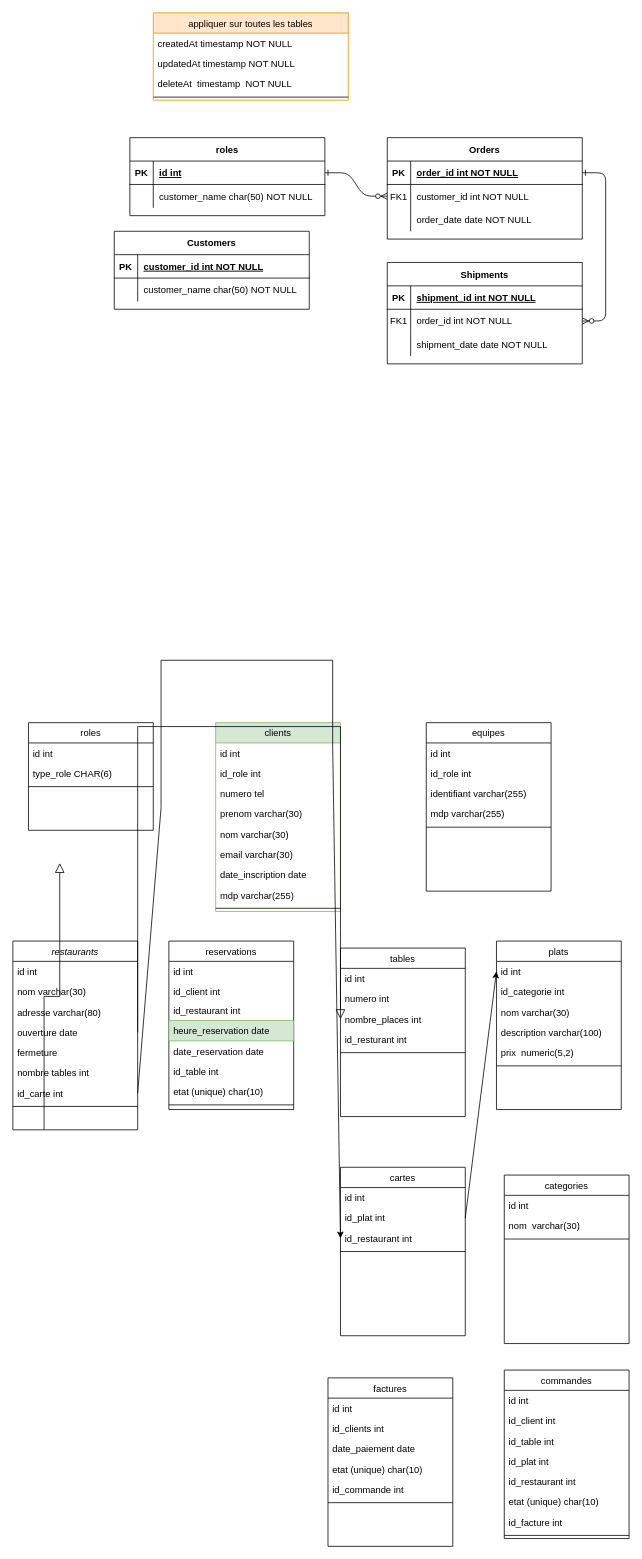
Before: TPFilRouge_Bdd.drawio in Owrow/ProjetFilRouge, a draw.io diagram. Source tidied: cells renumbered, new cells numbered last; positions are measured from the earlier drawing's top-left corner, leaving out a move shared by most shapes. Both pictures are drawn from the tidied source at 78%, with x=0, y=0 at pixel (12, 12).
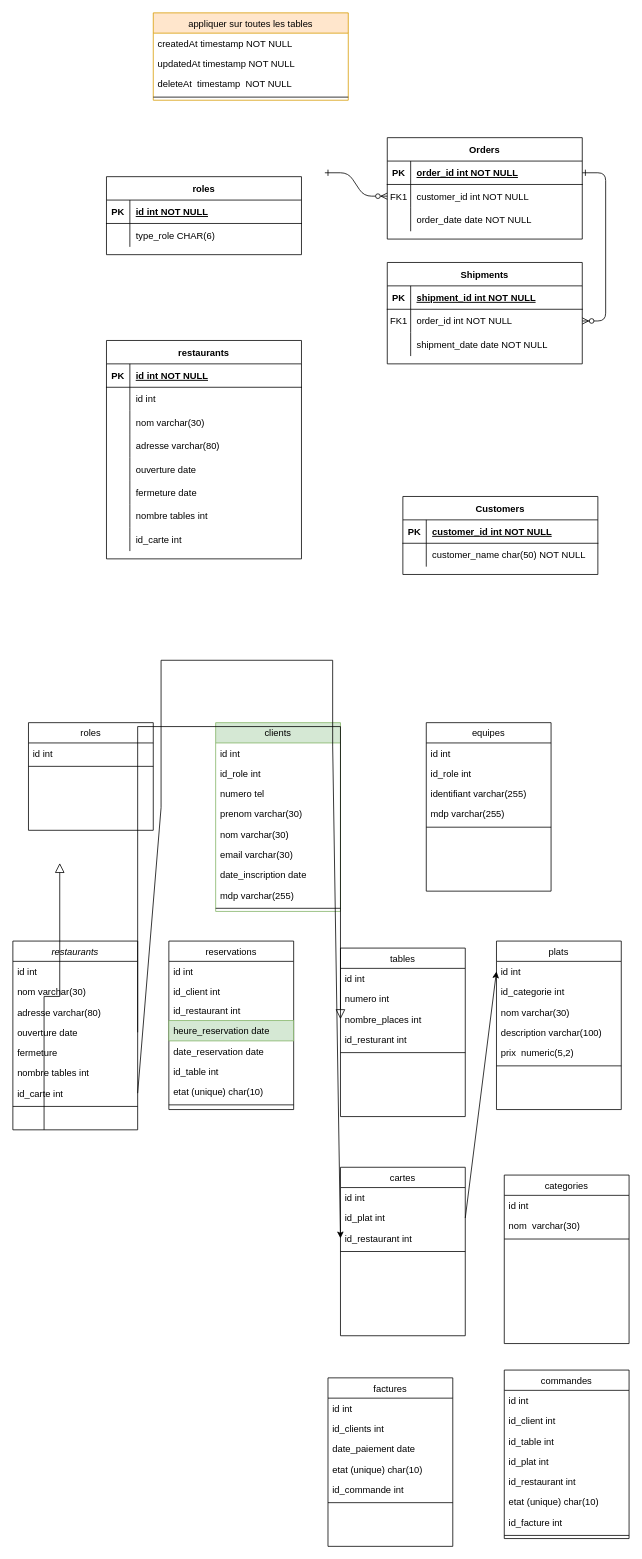
Above is the later version.

Commit message (it also covers changes not shown here):
Mettre à jour TPFilRouge_Bdd.drawio

The change refers to these unchanged cells:
```xml
<mxCell id="8" style="shape=partialRectangle;fillColor=none;points=[[0,0.5],[1,0.5]];portConstraint=eastwest;top=0;left=0;right=0;bottom=0;" parent="4" vertex="1">
  <mxGeometry y="60" width="250" height="30" as="geometry" />
</mxCell>
<mxCell id="86" value="roles" style="swimlane;fontStyle=0;align=center;verticalAlign=top;horizontal=1;startSize=26;rounded=0;shadow=0;strokeWidth=1;" parent="1" vertex="1">
  <mxGeometry x="20" y="910" width="160" height="138" as="geometry" />
</mxCell>
```

What changed in the source:
```diff
@@
-    <mxCell id="2" style="edgeStyle=entityRelationEdgeStyle;endArrow=ERzeroToMany;startArrow=ERone;endFill=1;startFill=0;" parent="1" edge="1" source="25" target="8">
-      <mxGeometry relative="1" as="geometry" />
+    <mxCell id="2" style="edgeStyle=entityRelationEdgeStyle;endArrow=ERzeroToMany;startArrow=ERone;endFill=1;startFill=0;" parent="1" edge="1" target="8">
+      <mxGeometry relative="1" as="geometry">
+        <mxPoint x="400" y="205" as="sourcePoint" />
+      </mxGeometry>
     </mxCell>
@@
-    <mxCell id="24" value="roles" style="shape=table;startSize=30;childLayout=tableLayout;rowLines=0;fontStyle=1;align=center;" parent="1" vertex="1">
-      <mxGeometry x="150" y="160" width="250" height="100" as="geometry" />
-    </mxCell>
-    <mxCell id="25" style="shape=partialRectangle;fillColor=none;points=[[0,0.5],[1,0.5]];portConstraint=eastwest;top=0;left=0;right=0;bottom=1;" parent="24" vertex="1">
-      <mxGeometry y="30" width="250" height="30" as="geometry" />
-    </mxCell>
-    <mxCell id="26" value="PK" style="shape=partialRectangle;overflow=hidden;fillColor=none;top=0;left=0;bottom=0;right=0;fontStyle=1;" parent="25" vertex="1">
-      <mxGeometry width="30" height="30" as="geometry" />
-    </mxCell>
-    <mxCell id="27" value="id int" style="shape=partialRectangle;overflow=hidden;fillColor=none;top=0;left=0;bottom=0;right=0;align=left;spacingLeft=6;fontStyle=5;" parent="25" vertex="1">
-      <mxGeometry x="30" width="220" height="30" as="geometry" />
-    </mxCell>
-    <mxCell id="28" style="shape=partialRectangle;fillColor=none;top=0;left=0;right=0;bottom=0;" parent="24" vertex="1">
-      <mxGeometry y="60" width="250" height="30" as="geometry" />
-    </mxCell>
-    <mxCell id="29" style="shape=partialRectangle;overflow=hidden;fillColor=none;top=0;left=0;bottom=0;right=0;" parent="28" vertex="1">
-      <mxGeometry width="30" height="30" as="geometry" />
-    </mxCell>
-    <mxCell id="30" value="customer_name char(50) NOT NULL" style="shape=partialRectangle;overflow=hidden;fillColor=none;top=0;left=0;bottom=0;right=0;align=left;spacingLeft=6;" parent="28" vertex="1">
-      <mxGeometry x="30" width="220" height="30" as="geometry" />
-    </mxCell>
     <mxCell id="31" value="Customers" style="shape=table;startSize=30;childLayout=tableLayout;rowLines=0;fontStyle=1;align=center;" parent="1" vertex="1">
-      <mxGeometry x="130" y="280" width="250" height="100" as="geometry" />
+      <mxGeometry x="500" y="620" width="250" height="100" as="geometry" />
     </mxCell>
@@
-    <mxCell id="88" value="type_role CHAR(6)" style="text;align=left;verticalAlign=top;spacingLeft=4;spacingRight=4;overflow=hidden;rounded=0;shadow=0;html=0;" parent="86" vertex="1">
-      <mxGeometry y="52" width="160" height="26" as="geometry" />
-    </mxCell>
     <mxCell id="89" style="line;html=1;strokeWidth=1;align=left;verticalAlign=middle;spacingTop=-1;spacingLeft=3;spacingRight=3;labelPosition=right;" parent="86" vertex="1">
-      <mxGeometry y="78" width="160" height="8" as="geometry" />
+      <mxGeometry y="52" width="160" height="8" as="geometry" />
     </mxCell>
@@
+    <mxCell id="123" value="restaurants" style="shape=table;startSize=30;childLayout=tableLayout;rowLines=0;fontStyle=1;align=center;" parent="1" vertex="1">
+      <mxGeometry x="120" y="420" width="250" height="280" as="geometry" />
+    </mxCell>
+    <mxCell id="124" style="shape=partialRectangle;fillColor=none;top=0;left=0;right=0;bottom=1;" parent="123" vertex="1">
+      <mxGeometry y="30" width="250" height="30" as="geometry" />
+    </mxCell>
+    <mxCell id="125" value="PK" style="shape=partialRectangle;overflow=hidden;fillColor=none;top=0;left=0;bottom=0;right=0;fontStyle=1;" parent="124" vertex="1">
+      <mxGeometry width="30" height="30" as="geometry" />
+    </mxCell>
+    <mxCell id="126" value="id int NOT NULL" style="shape=partialRectangle;overflow=hidden;fillColor=none;top=0;left=0;bottom=0;right=0;align=left;spacingLeft=6;fontStyle=5;" parent="124" vertex="1">
+      <mxGeometry x="30" width="220" height="30" as="geometry" />
+    </mxCell>
+    <mxCell id="127" style="shape=partialRectangle;fillColor=none;top=0;left=0;right=0;bottom=0;" parent="123" vertex="1">
+      <mxGeometry y="60" width="250" height="30" as="geometry" />
+    </mxCell>
+    <mxCell id="128" style="shape=partialRectangle;overflow=hidden;fillColor=none;top=0;left=0;bottom=0;right=0;" parent="127" vertex="1">
+      <mxGeometry width="30" height="30" as="geometry" />
+    </mxCell>
+    <mxCell id="27" value="id int" style="shape=partialRectangle;overflow=hidden;fillColor=none;top=0;left=0;bottom=0;right=0;align=left;spacingLeft=6;" parent="127" vertex="1">
+      <mxGeometry x="30" width="220" height="30" as="geometry" />
+    </mxCell>
+    <mxCell id="129" style="shape=partialRectangle;fillColor=none;top=0;left=0;right=0;bottom=0;" parent="123" vertex="1">
+      <mxGeometry y="90" width="250" height="30" as="geometry" />
+    </mxCell>
+    <mxCell id="130" style="shape=partialRectangle;overflow=hidden;fillColor=none;top=0;left=0;bottom=0;right=0;" parent="129" vertex="1">
+      <mxGeometry width="30" height="30" as="geometry" />
+    </mxCell>
+    <mxCell id="131" value="nom varchar(30)" style="shape=partialRectangle;overflow=hidden;fillColor=none;top=0;left=0;bottom=0;right=0;align=left;spacingLeft=6;" parent="129" vertex="1">
+      <mxGeometry x="30" width="220" height="30" as="geometry" />
+    </mxCell>
+    <mxCell id="132" style="shape=partialRectangle;fillColor=none;top=0;left=0;right=0;bottom=0;" parent="123" vertex="1">
+      <mxGeometry y="120" width="250" height="30" as="geometry" />
+    </mxCell>
+    <mxCell id="133" style="shape=partialRectangle;overflow=hidden;fillColor=none;top=0;left=0;bottom=0;right=0;" parent="132" vertex="1">
+      <mxGeometry width="30" height="30" as="geometry" />
+    </mxCell>
+    <mxCell id="134" value="adresse varchar(80)" style="shape=partialRectangle;overflow=hidden;fillColor=none;top=0;left=0;bottom=0;right=0;align=left;spacingLeft=6;" parent="132" vertex="1">
+      <mxGeometry x="30" width="220" height="30" as="geometry" />
+    </mxCell>
+    <mxCell id="135" style="shape=partialRectangle;fillColor=none;top=0;left=0;right=0;bottom=0;" parent="123" vertex="1">
+      <mxGeometry y="150" width="250" height="30" as="geometry" />
+    </mxCell>
+    <mxCell id="136" style="shape=partialRectangle;overflow=hidden;fillColor=none;top=0;left=0;bottom=0;right=0;" parent="135" vertex="1">
+      <mxGeometry width="30" height="30" as="geometry" />
+    </mxCell>
+    <mxCell id="137" value="ouverture date" style="shape=partialRectangle;overflow=hidden;fillColor=none;top=0;left=0;bottom=0;right=0;align=left;spacingLeft=6;" parent="135" vertex="1">
+      <mxGeometry x="30" width="220" height="30" as="geometry" />
+    </mxCell>
+    <mxCell id="138" style="shape=partialRectangle;fillColor=none;top=0;left=0;right=0;bottom=0;" parent="123" vertex="1">
+      <mxGeometry y="180" width="250" height="30" as="geometry" />
+    </mxCell>
+    <mxCell id="139" style="shape=partialRectangle;overflow=hidden;fillColor=none;top=0;left=0;bottom=0;right=0;" parent="138" vertex="1">
+      <mxGeometry width="30" height="30" as="geometry" />
+    </mxCell>
+    <mxCell id="140" value="fermeture date" style="shape=partialRectangle;overflow=hidden;fillColor=none;top=0;left=0;bottom=0;right=0;align=left;spacingLeft=6;" parent="138" vertex="1">
+      <mxGeometry x="30" width="220" height="30" as="geometry" />
+    </mxCell>
+    <mxCell id="141" style="shape=partialRectangle;fillColor=none;top=0;left=0;right=0;bottom=0;" parent="123" vertex="1">
+      <mxGeometry y="210" width="250" height="30" as="geometry" />
+    </mxCell>
+    <mxCell id="142" style="shape=partialRectangle;overflow=hidden;fillColor=none;top=0;left=0;bottom=0;right=0;" parent="141" vertex="1">
+      <mxGeometry width="30" height="30" as="geometry" />
+    </mxCell>
+    <mxCell id="143" value="nombre tables int" style="shape=partialRectangle;overflow=hidden;fillColor=none;top=0;left=0;bottom=0;right=0;align=left;spacingLeft=6;" parent="141" vertex="1">
+      <mxGeometry x="30" width="220" height="30" as="geometry" />
+    </mxCell>
+    <mxCell id="144" style="shape=partialRectangle;fillColor=none;top=0;left=0;right=0;bottom=0;" parent="123" vertex="1">
+      <mxGeometry y="240" width="250" height="30" as="geometry" />
+    </mxCell>
+    <mxCell id="145" style="shape=partialRectangle;overflow=hidden;fillColor=none;top=0;left=0;bottom=0;right=0;" parent="144" vertex="1">
+      <mxGeometry width="30" height="30" as="geometry" />
+    </mxCell>
+    <mxCell id="146" value="id_carte int" style="shape=partialRectangle;overflow=hidden;fillColor=none;top=0;left=0;bottom=0;right=0;align=left;spacingLeft=6;" parent="144" vertex="1">
+      <mxGeometry x="30" width="220" height="30" as="geometry" />
+    </mxCell>
+    <mxCell id="24" value="roles" style="shape=table;startSize=30;childLayout=tableLayout;rowLines=0;fontStyle=1;align=center;" parent="1" vertex="1">
+      <mxGeometry x="120" y="210" width="250" height="100" as="geometry" />
+    </mxCell>
+    <mxCell id="147" style="shape=partialRectangle;fillColor=none;top=0;left=0;right=0;bottom=1;" parent="24" vertex="1">
+      <mxGeometry y="30" width="250" height="30" as="geometry" />
+    </mxCell>
+    <mxCell id="148" value="PK" style="shape=partialRectangle;overflow=hidden;fillColor=none;top=0;left=0;bottom=0;right=0;fontStyle=1;" parent="147" vertex="1">
+      <mxGeometry width="30" height="30" as="geometry" />
+    </mxCell>
+    <mxCell id="149" value="id int NOT NULL" style="shape=partialRectangle;overflow=hidden;fillColor=none;top=0;left=0;bottom=0;right=0;align=left;spacingLeft=6;fontStyle=5;" parent="147" vertex="1">
+      <mxGeometry x="30" width="220" height="30" as="geometry" />
+    </mxCell>
+    <mxCell id="150" style="shape=partialRectangle;fillColor=none;top=0;left=0;right=0;bottom=0;" parent="24" vertex="1">
+      <mxGeometry y="60" width="250" height="30" as="geometry" />
+    </mxCell>
+    <mxCell id="151" style="shape=partialRectangle;overflow=hidden;fillColor=none;top=0;left=0;bottom=0;right=0;" parent="150" vertex="1">
+      <mxGeometry width="30" height="30" as="geometry" />
+    </mxCell>
+    <mxCell id="88" value="type_role CHAR(6)" style="shape=partialRectangle;overflow=hidden;fillColor=none;top=0;left=0;bottom=0;right=0;align=left;spacingLeft=6;" parent="150" vertex="1">
+      <mxGeometry x="30" width="220" height="30" as="geometry" />
+    </mxCell>
```
